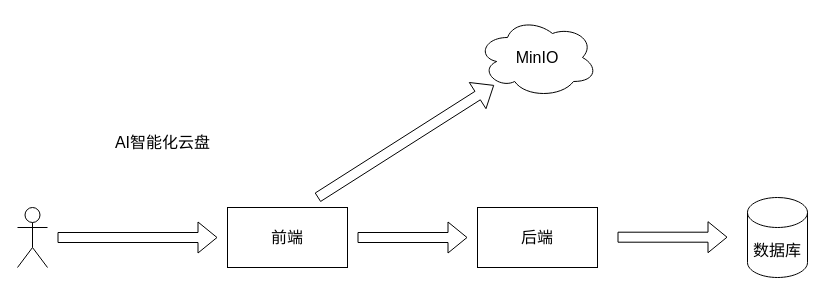
The draw.io diagram 前端直传MinIO.drawio in ChengziMao/diagrams, before the edit. Source tidied: cells renumbered, new cells numbered last; positions are measured from the earlier drawing's top-left corner, leaving out a move shared by most shapes. Both pictures are drawn from the tidied source at 100%, with x=0, y=0 at pixel (17, 17).
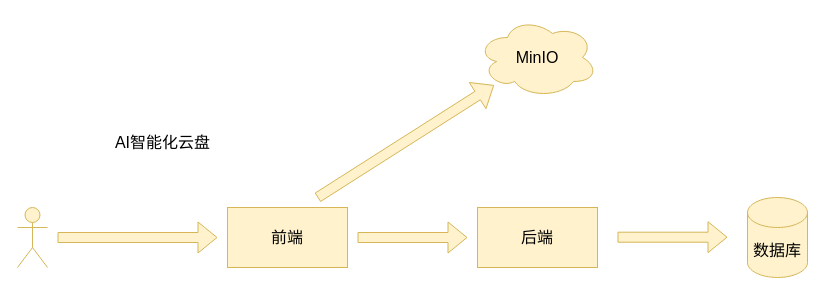
Above is the later version.

Commit message (it also covers changes not shown here):
更新前端直传MinIO.drawio

What changed in the source:
```diff
@@
 <mxGraphModel>
   <root>
     <mxCell id="0" />
     <mxCell id="1" parent="0" />
-    <mxCell id="2" style="shape=umlActor;verticalLabelPosition=bottom;verticalAlign=top;html=1;fontSize=16;" parent="1" vertex="1">
+    <mxCell id="2" style="shape=umlActor;verticalLabelPosition=bottom;verticalAlign=top;html=1;fontSize=16;fillColor=#fff2cc;strokeColor=#d6b656;" parent="1" vertex="1">
       <mxGeometry y="190" width="30" height="60" as="geometry" />
     </mxCell>
-    <mxCell id="3" value="&lt;font style=&quot;vertical-align: inherit;&quot; class=&quot;notranslate fyzs-translate-target fyzs-translate-target-wrapper&quot;&gt;&lt;font style=&quot;vertical-align: inherit;&quot; class=&quot;notranslate fyzs-translate-target fyzs-translate-target-box&quot;&gt;&lt;font style=&quot;vertical-align: inherit;&quot; title=&quot;q&quot; class=&quot;notranslate fyzs-translate-target fyzs-translate-target-text&quot;&gt;前端&lt;/font&gt;&lt;/font&gt;&lt;/font&gt;" style="rounded=0;whiteSpace=wrap;html=1;fontSize=16;" parent="1" vertex="1">
+    <mxCell id="3" value="&lt;font style=&quot;vertical-align: inherit;&quot; class=&quot;notranslate fyzs-translate-target fyzs-translate-target-wrapper&quot;&gt;&lt;font style=&quot;vertical-align: inherit;&quot; class=&quot;notranslate fyzs-translate-target fyzs-translate-target-box&quot;&gt;&lt;font style=&quot;vertical-align: inherit;&quot; title=&quot;q&quot; class=&quot;notranslate fyzs-translate-target fyzs-translate-target-text&quot;&gt;前端&lt;/font&gt;&lt;/font&gt;&lt;/font&gt;" style="rounded=0;whiteSpace=wrap;html=1;fontSize=16;fillColor=#fff2cc;strokeColor=#d6b656;" parent="1" vertex="1">
       <mxGeometry x="210" y="190" width="120" height="60" as="geometry" />
     </mxCell>
-    <mxCell id="4" value="&lt;font style=&quot;vertical-align: inherit;&quot; class=&quot;notranslate fyzs-translate-target fyzs-translate-target-wrapper&quot;&gt;&lt;font style=&quot;vertical-align: inherit;&quot; class=&quot;notranslate fyzs-translate-target fyzs-translate-target-box&quot;&gt;&lt;font style=&quot;vertical-align: inherit;&quot; title=&quot;h&quot; class=&quot;notranslate fyzs-translate-target fyzs-translate-target-text&quot;&gt;后端&lt;/font&gt;&lt;/font&gt;&lt;/font&gt;" style="rounded=0;whiteSpace=wrap;html=1;fontSize=16;" parent="1" vertex="1">
+    <mxCell id="4" value="&lt;font style=&quot;vertical-align: inherit;&quot; class=&quot;notranslate fyzs-translate-target fyzs-translate-target-wrapper&quot;&gt;&lt;font style=&quot;vertical-align: inherit;&quot; class=&quot;notranslate fyzs-translate-target fyzs-translate-target-box&quot;&gt;&lt;font style=&quot;vertical-align: inherit;&quot; title=&quot;h&quot; class=&quot;notranslate fyzs-translate-target fyzs-translate-target-text&quot;&gt;后端&lt;/font&gt;&lt;/font&gt;&lt;/font&gt;" style="rounded=0;whiteSpace=wrap;html=1;fontSize=16;fillColor=#fff2cc;strokeColor=#d6b656;" parent="1" vertex="1">
       <mxGeometry x="460" y="190" width="120" height="60" as="geometry" />
     </mxCell>
-    <mxCell id="5" value="&lt;font style=&quot;vertical-align: inherit;&quot; class=&quot;notranslate fyzs-translate-target fyzs-translate-target-wrapper&quot;&gt;&lt;font style=&quot;vertical-align: inherit;&quot; class=&quot;notranslate fyzs-translate-target fyzs-translate-target-box&quot;&gt;&lt;font style=&quot;vertical-align: inherit;&quot; title=&quot;M&quot; class=&quot;notranslate fyzs-translate-target fyzs-translate-target-text&quot;&gt;MinIO&lt;/font&gt;&lt;/font&gt;&lt;/font&gt;" style="ellipse;shape=cloud;whiteSpace=wrap;html=1;fontSize=16;" parent="1" vertex="1">
+    <mxCell id="5" value="&lt;font style=&quot;vertical-align: inherit;&quot; class=&quot;notranslate fyzs-translate-target fyzs-translate-target-wrapper&quot;&gt;&lt;font style=&quot;vertical-align: inherit;&quot; class=&quot;notranslate fyzs-translate-target fyzs-translate-target-box&quot;&gt;&lt;font style=&quot;vertical-align: inherit;&quot; title=&quot;M&quot; class=&quot;notranslate fyzs-translate-target fyzs-translate-target-text&quot;&gt;MinIO&lt;/font&gt;&lt;/font&gt;&lt;/font&gt;" style="ellipse;shape=cloud;whiteSpace=wrap;html=1;fontSize=16;fillColor=#fff2cc;strokeColor=#d6b656;" parent="1" vertex="1">
       <mxGeometry x="460" width="120" height="80" as="geometry" />
     </mxCell>
-    <mxCell id="6" value="&lt;font style=&quot;vertical-align: inherit;&quot; class=&quot;notranslate fyzs-translate-target fyzs-translate-target-wrapper&quot;&gt;&lt;font style=&quot;vertical-align: inherit;&quot; class=&quot;notranslate fyzs-translate-target fyzs-translate-target-box&quot;&gt;&lt;font style=&quot;vertical-align: inherit;&quot; title=&quot;s&quot; class=&quot;notranslate fyzs-translate-target fyzs-translate-target-text&quot;&gt;数据库&lt;/font&gt;&lt;/font&gt;&lt;/font&gt;" style="shape=cylinder3;whiteSpace=wrap;html=1;boundedLbl=1;backgroundOutline=1;size=15;fontSize=16;" parent="1" vertex="1">
+    <mxCell id="6" value="&lt;font style=&quot;vertical-align: inherit;&quot; class=&quot;notranslate fyzs-translate-target fyzs-translate-target-wrapper&quot;&gt;&lt;font style=&quot;vertical-align: inherit;&quot; class=&quot;notranslate fyzs-translate-target fyzs-translate-target-box&quot;&gt;&lt;font style=&quot;vertical-align: inherit;&quot; title=&quot;s&quot; class=&quot;notranslate fyzs-translate-target fyzs-translate-target-text&quot;&gt;数据库&lt;/font&gt;&lt;/font&gt;&lt;/font&gt;" style="shape=cylinder3;whiteSpace=wrap;html=1;boundedLbl=1;backgroundOutline=1;size=15;fontSize=16;fillColor=#fff2cc;strokeColor=#d6b656;" parent="1" vertex="1">
       <mxGeometry x="730" y="180" width="60" height="80" as="geometry" />
     </mxCell>
-    <mxCell id="7" style="shape=flexArrow;endArrow=classic;html=1;rounded=0;fontSize=16;" parent="1" edge="1">
+    <mxCell id="7" style="shape=flexArrow;endArrow=classic;html=1;rounded=0;fontSize=16;fillColor=#fff2cc;strokeColor=#d6b656;" parent="1" edge="1">
       <mxGeometry relative="1" as="geometry">
         <mxPoint x="40" y="220" as="sourcePoint" />
         <mxPoint x="200" y="220" as="targetPoint" />
       </mxGeometry>
     </mxCell>
-    <mxCell id="8" style="shape=flexArrow;endArrow=classic;html=1;rounded=0;fontSize=16;" parent="1" edge="1">
+    <mxCell id="8" style="shape=flexArrow;endArrow=classic;html=1;rounded=0;fontSize=16;fillColor=#fff2cc;strokeColor=#d6b656;" parent="1" edge="1">
       <mxGeometry relative="1" as="geometry">
         <mxPoint x="340" y="220" as="sourcePoint" />
         <mxPoint x="450" y="220" as="targetPoint" />
       </mxGeometry>
     </mxCell>
-    <mxCell id="9" style="shape=flexArrow;endArrow=classic;html=1;rounded=0;fontSize=16;" parent="1" edge="1">
+    <mxCell id="9" style="shape=flexArrow;endArrow=classic;html=1;rounded=0;fontSize=16;fillColor=#fff2cc;strokeColor=#d6b656;" parent="1" edge="1">
       <mxGeometry relative="1" as="geometry">
         <mxPoint x="600" y="219.7" as="sourcePoint" />
         <mxPoint x="710" y="219.7" as="targetPoint" />
       </mxGeometry>
     </mxCell>
-    <mxCell id="10" style="shape=flexArrow;endArrow=classic;html=1;rounded=0;fontSize=16;" parent="1" edge="1" target="5">
+    <mxCell id="10" style="shape=flexArrow;endArrow=classic;html=1;rounded=0;fontSize=16;fillColor=#fff2cc;strokeColor=#d6b656;" parent="1" edge="1" target="5">
       <mxGeometry relative="1" as="geometry">
         <mxPoint x="300" y="180" as="sourcePoint" />
       </mxGeometry>
     </mxCell>
     <mxCell id="11" value="&lt;font style=&quot;vertical-align: inherit;&quot; class=&quot;notranslate fyzs-translate-target fyzs-translate-target-wrapper&quot;&gt;&lt;font style=&quot;vertical-align: inherit;&quot; class=&quot;notranslate fyzs-translate-target fyzs-translate-target-box&quot;&gt;&lt;font style=&quot;vertical-align: inherit;&quot; title=&quot;Text&quot; class=&quot;notranslate fyzs-translate-target fyzs-translate-target-text&quot;&gt;AI智能化云盘&lt;/font&gt;&lt;/font&gt;&lt;/font&gt;" style="text;html=1;align=center;verticalAlign=middle;strokeColor=none;fillColor=none;fontSize=16;" parent="1" vertex="1">
       <mxGeometry x="85" y="110" width="120" height="30" as="geometry" />
     </mxCell>
   </root>
 </mxGraphModel>
```
